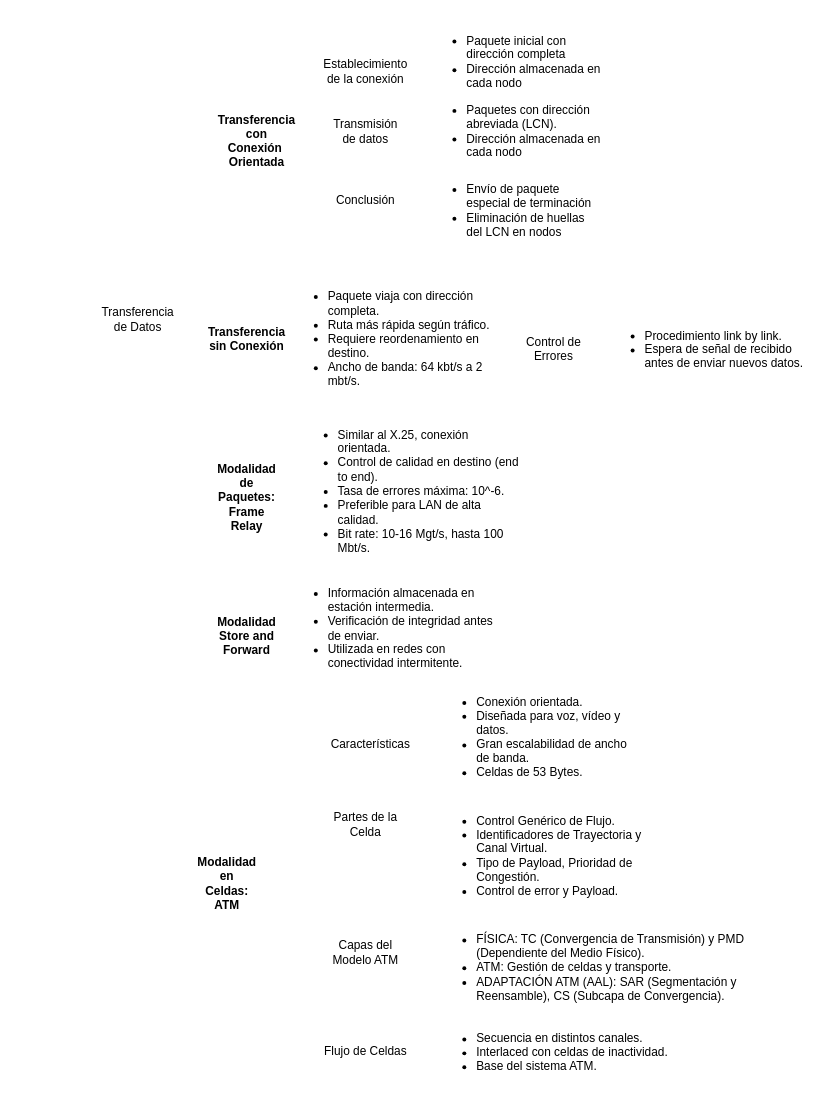
misiomishi/itcj keeps this draw.io diagram as Diagrama sin título.drawio. Above is the earlier version. Source tidied: cells renumbered, new cells numbered last; positions are measured from the earlier drawing's top-left corner, leaving out a move shared by most shapes. Both pictures are drawn from the tidied source at 99%, with x=0, y=0 at pixel (108, 17).
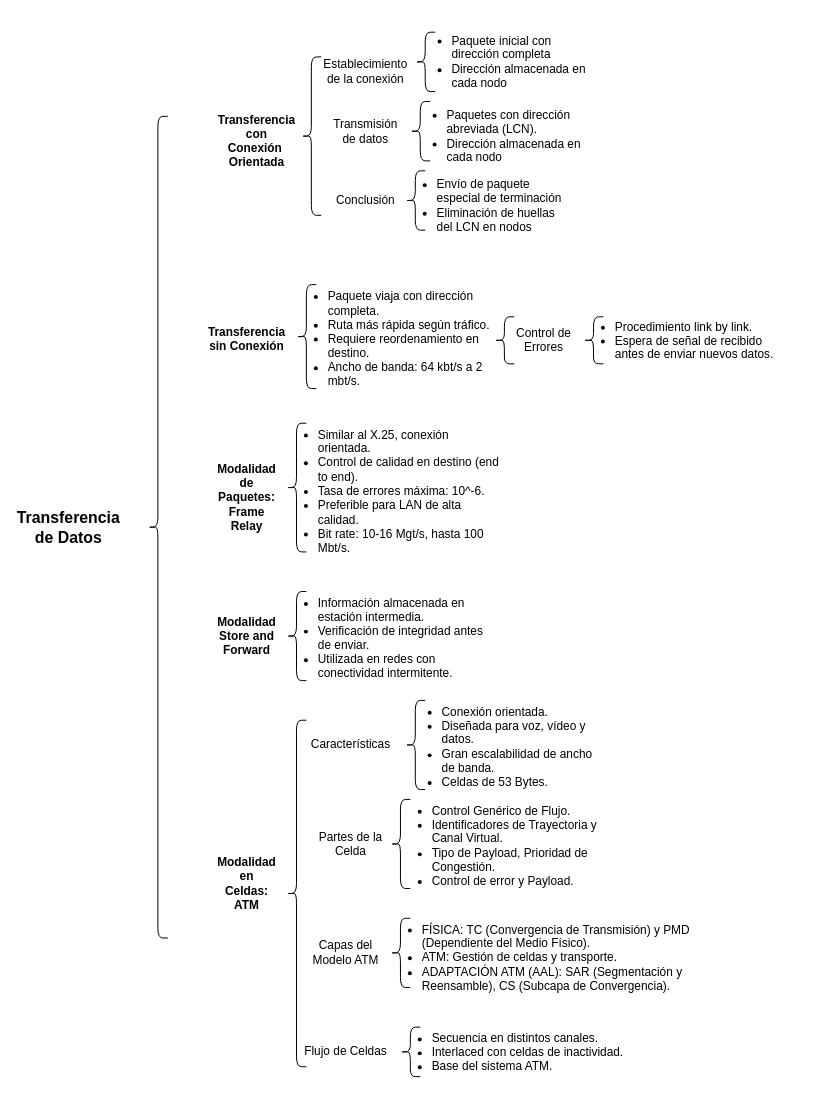
The same diagram, later.

What changed in the source:
```diff
@@
-    <mxCell id="2" value="Transferencia de Datos" style="text;html=1;strokeColor=none;fillColor=none;align=center;verticalAlign=middle;whiteSpace=wrap;rounded=0;" parent="1" vertex="1">
-      <mxGeometry y="290" width="60" height="30" as="geometry" />
+    <mxCell id="2" value="Transferencia de Datos" style="text;html=1;strokeColor=none;fillColor=none;align=center;verticalAlign=middle;whiteSpace=wrap;rounded=0;fontStyle=1;fontSize=16;" parent="1" vertex="1">
+      <mxGeometry x="-70" y="500" width="60" height="30" as="geometry" />
     </mxCell>
@@
     <mxCell id="7" value="Modalidad en Celdas: ATM" style="text;html=1;strokeColor=none;fillColor=none;align=center;verticalAlign=middle;whiteSpace=wrap;rounded=0;fontStyle=1;" parent="1" vertex="1">
-      <mxGeometry x="90" y="860" width="60" height="30" as="geometry" />
+      <mxGeometry x="110" y="860" width="60" height="30" as="geometry" />
     </mxCell>
     <mxCell id="8" value="&lt;ul&gt;&lt;li&gt;Paquete inicial con dirección completa&lt;/li&gt;&lt;li&gt;Dirección almacenada en cada nodo&lt;/li&gt;&lt;/ul&gt;" style="text;strokeColor=none;fillColor=none;html=1;whiteSpace=wrap;verticalAlign=middle;overflow=hidden;" parent="1" vertex="1">
-      <mxGeometry x="320" width="180" height="90" as="geometry" />
+      <mxGeometry x="305" width="180" height="90" as="geometry" />
     </mxCell>
@@
     <mxCell id="11" value="&lt;ul&gt;&lt;li&gt;Paquetes con dirección abreviada (LCN).&lt;br&gt;&lt;/li&gt;&lt;li&gt;Dirección almacenada en cada nodo&lt;/li&gt;&lt;/ul&gt;" style="text;strokeColor=none;fillColor=none;html=1;whiteSpace=wrap;verticalAlign=middle;overflow=hidden;" parent="1" vertex="1">
-      <mxGeometry x="320" y="70" width="180" height="90" as="geometry" />
+      <mxGeometry x="300" y="75" width="180" height="90" as="geometry" />
     </mxCell>
@@
     <mxCell id="13" value="&lt;ul&gt;&lt;li&gt;Envío de paquete especial de terminación&lt;br&gt;&lt;/li&gt;&lt;li&gt;Eliminación de huellas del LCN en nodos&lt;/li&gt;&lt;/ul&gt;" style="text;strokeColor=none;fillColor=none;html=1;whiteSpace=wrap;verticalAlign=middle;overflow=hidden;" parent="1" vertex="1">
-      <mxGeometry x="320" y="150" width="180" height="90" as="geometry" />
+      <mxGeometry x="290" y="145" width="180" height="90" as="geometry" />
     </mxCell>
@@
     <mxCell id="15" value="Control de Errores" style="text;html=1;strokeColor=none;fillColor=none;align=center;verticalAlign=middle;whiteSpace=wrap;rounded=0;" parent="1" vertex="1">
-      <mxGeometry x="420" y="320" width="60" height="30" as="geometry" />
+      <mxGeometry x="410" y="311.2" width="60" height="30" as="geometry" />
     </mxCell>
     <mxCell id="16" value="&lt;ul&gt;&lt;li&gt;&lt;span style=&quot;background-color: initial;&quot;&gt;Procedimiento link by link.&lt;/span&gt;&lt;/li&gt;&lt;li&gt;&lt;span style=&quot;background-color: initial;&quot;&gt;Espera de señal de recibido antes de enviar nuevos datos.&lt;/span&gt;&lt;/li&gt;&lt;/ul&gt;" style="text;strokeColor=none;fillColor=none;html=1;whiteSpace=wrap;verticalAlign=middle;overflow=hidden;" parent="1" vertex="1">
-      <mxGeometry x="500" y="300" width="220" height="70" as="geometry" />
+      <mxGeometry x="470" y="291.2" width="220" height="70" as="geometry" />
     </mxCell>
     <mxCell id="17" value="&lt;ul&gt;&lt;li&gt;&lt;span style=&quot;background-color: initial;&quot;&gt;Similar al X.25, conexión orientada.&lt;/span&gt;&lt;/li&gt;&lt;li&gt;&lt;span style=&quot;background-color: initial;&quot;&gt;Control de calidad en destino (end to end).&lt;/span&gt;&lt;/li&gt;&lt;li&gt;&lt;span style=&quot;background-color: initial;&quot;&gt;Tasa de errores máxima: 10^-6.&lt;/span&gt;&lt;/li&gt;&lt;li&gt;&lt;span style=&quot;background-color: initial;&quot;&gt;Preferible para LAN de alta calidad.&lt;/span&gt;&lt;/li&gt;&lt;li&gt;&lt;span style=&quot;background-color: initial;&quot;&gt;Bit rate: 10-16 Mgt/s, hasta 100 Mbt/s.&lt;/span&gt;&lt;/li&gt;&lt;/ul&gt;" style="text;strokeColor=none;fillColor=none;html=1;whiteSpace=wrap;verticalAlign=middle;overflow=hidden;" parent="1" vertex="1">
-      <mxGeometry x="190" y="400" width="230" height="150" as="geometry" />
+      <mxGeometry x="170" y="400" width="230" height="150" as="geometry" />
     </mxCell>
     <mxCell id="18" value="&lt;ul&gt;&lt;li&gt;&lt;span style=&quot;background-color: initial;&quot;&gt;Información almacenada en estación intermedia.&lt;/span&gt;&lt;/li&gt;&lt;li&gt;&lt;span style=&quot;background-color: initial;&quot;&gt;Verificación de integridad antes de enviar.&lt;/span&gt;&lt;/li&gt;&lt;li&gt;&lt;span style=&quot;background-color: initial;&quot;&gt;Utilizada en redes con conectividad intermitente.&lt;/span&gt;&lt;/li&gt;&lt;/ul&gt;" style="text;strokeColor=none;fillColor=none;html=1;whiteSpace=wrap;verticalAlign=middle;overflow=hidden;" parent="1" vertex="1">
-      <mxGeometry x="180" y="560" width="210" height="110" as="geometry" />
+      <mxGeometry x="170" y="570" width="210" height="110" as="geometry" />
     </mxCell>
     <mxCell id="19" value="Características" style="text;html=1;strokeColor=none;fillColor=none;align=center;verticalAlign=middle;whiteSpace=wrap;rounded=0;" parent="1" vertex="1">
-      <mxGeometry x="220" y="720" width="90" height="30" as="geometry" />
+      <mxGeometry x="200" y="720" width="90" height="30" as="geometry" />
     </mxCell>
     <mxCell id="20" value="Partes de la Celda" style="text;html=1;strokeColor=none;fillColor=none;align=center;verticalAlign=middle;whiteSpace=wrap;rounded=0;" parent="1" vertex="1">
-      <mxGeometry x="215" y="800" width="90" height="30" as="geometry" />
+      <mxGeometry x="200" y="820" width="90" height="30" as="geometry" />
     </mxCell>
     <mxCell id="21" value="Capas del Modelo ATM" style="text;html=1;strokeColor=none;fillColor=none;align=center;verticalAlign=middle;whiteSpace=wrap;rounded=0;" parent="1" vertex="1">
-      <mxGeometry x="215" y="930" width="90" height="30" as="geometry" />
+      <mxGeometry x="195" y="930" width="90" height="30" as="geometry" />
     </mxCell>
     <mxCell id="22" value="Flujo de Celdas" style="text;html=1;strokeColor=none;fillColor=none;align=center;verticalAlign=middle;whiteSpace=wrap;rounded=0;" parent="1" vertex="1">
-      <mxGeometry x="215" y="1030" width="90" height="30" as="geometry" />
+      <mxGeometry x="195" y="1030" width="90" height="30" as="geometry" />
     </mxCell>
     <mxCell id="23" value="&lt;ul&gt;&lt;li&gt;&lt;span style=&quot;background-color: initial;&quot;&gt;Conexión orientada.&lt;/span&gt;&lt;/li&gt;&lt;li&gt;&lt;span style=&quot;background-color: initial;&quot;&gt;Diseñada para voz, vídeo y datos.&lt;/span&gt;&lt;/li&gt;&lt;li&gt;&lt;span style=&quot;background-color: initial;&quot;&gt;Gran escalabilidad de ancho de banda.&lt;/span&gt;&lt;/li&gt;&lt;li&gt;&lt;span style=&quot;background-color: initial;&quot;&gt;Celdas de 53 Bytes.&lt;/span&gt;&lt;/li&gt;&lt;/ul&gt;" style="text;strokeColor=none;fillColor=none;html=1;whiteSpace=wrap;verticalAlign=middle;overflow=hidden;" parent="1" vertex="1">
-      <mxGeometry x="330" y="670" width="210" height="110" as="geometry" />
+      <mxGeometry x="295" y="680" width="210" height="110" as="geometry" />
     </mxCell>
     <mxCell id="24" value="&lt;ul&gt;&lt;li&gt;&lt;span style=&quot;background-color: initial;&quot;&gt;Control Genérico de Flujo.&lt;/span&gt;&lt;/li&gt;&lt;li&gt;&lt;span style=&quot;background-color: initial;&quot;&gt;Identificadores de Trayectoria y Canal Virtual.&lt;/span&gt;&lt;/li&gt;&lt;li&gt;&lt;span style=&quot;background-color: initial;&quot;&gt;Tipo de Payload, Prioridad de Congestión.&lt;/span&gt;&lt;/li&gt;&lt;li&gt;&lt;span style=&quot;background-color: initial;&quot;&gt;Control de error y Payload.&lt;/span&gt;&lt;/li&gt;&lt;/ul&gt;" style="text;strokeColor=none;fillColor=none;html=1;whiteSpace=wrap;verticalAlign=middle;overflow=hidden;" parent="1" vertex="1">
-      <mxGeometry x="330" y="790" width="210" height="110" as="geometry" />
+      <mxGeometry x="285" y="780" width="210" height="110" as="geometry" />
     </mxCell>
     <mxCell id="25" value="&lt;ul&gt;&lt;li&gt;&lt;span style=&quot;background-color: initial;&quot;&gt;FÍSICA: TC (Convergencia de Transmisión) y PMD (Dependiente del Medio Físico).&lt;/span&gt;&lt;/li&gt;&lt;li&gt;&lt;span style=&quot;background-color: initial;&quot;&gt;ATM: Gestión de celdas y transporte.&lt;/span&gt;&lt;/li&gt;&lt;li&gt;&lt;span style=&quot;background-color: initial;&quot;&gt;ADAPTACIÓN ATM (AAL): SAR (Segmentación y Reensamble), CS (Subcapa de Convergencia).&lt;/span&gt;&lt;/li&gt;&lt;/ul&gt;" style="text;strokeColor=none;fillColor=none;html=1;whiteSpace=wrap;verticalAlign=middle;overflow=hidden;" parent="1" vertex="1">
-      <mxGeometry x="330" y="910" width="330" height="100" as="geometry" />
+      <mxGeometry x="275" y="900" width="330" height="100" as="geometry" />
     </mxCell>
     <mxCell id="26" value="&lt;ul&gt;&lt;li&gt;&lt;span style=&quot;background-color: initial;&quot;&gt;Secuencia en distintos canales.&lt;/span&gt;&lt;/li&gt;&lt;li&gt;&lt;span style=&quot;background-color: initial;&quot;&gt;Interlaced con celdas de inactividad.&lt;/span&gt;&lt;/li&gt;&lt;li&gt;&lt;span style=&quot;background-color: initial;&quot;&gt;Base del sistema ATM.&lt;/span&gt;&lt;/li&gt;&lt;/ul&gt;" style="text;strokeColor=none;fillColor=none;html=1;whiteSpace=wrap;verticalAlign=middle;overflow=hidden;" parent="1" vertex="1">
-      <mxGeometry x="330" y="1010" width="240" height="70" as="geometry" />
+      <mxGeometry x="285" y="1010" width="240" height="70" as="geometry" />
     </mxCell>
+    <mxCell id="27" style="shape=curlyBracket;whiteSpace=wrap;html=1;rounded=1;labelPosition=left;verticalLabelPosition=middle;align=right;verticalAlign=middle;" parent="1" vertex="1">
+      <mxGeometry x="40" y="100" width="20" height="830" as="geometry" />
+    </mxCell>
+    <mxCell id="28" style="shape=curlyBracket;whiteSpace=wrap;html=1;rounded=1;labelPosition=left;verticalLabelPosition=middle;align=right;verticalAlign=middle;" parent="1" vertex="1">
+      <mxGeometry x="195" y="40" width="20" height="160" as="geometry" />
+    </mxCell>
+    <mxCell id="29" style="shape=curlyBracket;whiteSpace=wrap;html=1;rounded=1;labelPosition=left;verticalLabelPosition=middle;align=right;verticalAlign=middle;" parent="1" vertex="1">
+      <mxGeometry x="190" y="270" width="20" height="105" as="geometry" />
+    </mxCell>
+    <mxCell id="30" style="shape=curlyBracket;whiteSpace=wrap;html=1;rounded=1;labelPosition=left;verticalLabelPosition=middle;align=right;verticalAlign=middle;" parent="1" vertex="1">
+      <mxGeometry x="310" y="15" width="20" height="60" as="geometry" />
+    </mxCell>
+    <mxCell id="31" style="shape=curlyBracket;whiteSpace=wrap;html=1;rounded=1;labelPosition=left;verticalLabelPosition=middle;align=right;verticalAlign=middle;" parent="1" vertex="1">
+      <mxGeometry x="305" y="85" width="20" height="60" as="geometry" />
+    </mxCell>
+    <mxCell id="32" style="shape=curlyBracket;whiteSpace=wrap;html=1;rounded=1;labelPosition=left;verticalLabelPosition=middle;align=right;verticalAlign=middle;" parent="1" vertex="1">
+      <mxGeometry x="300" y="155" width="20" height="60" as="geometry" />
+    </mxCell>
+    <mxCell id="33" style="shape=curlyBracket;whiteSpace=wrap;html=1;rounded=1;labelPosition=left;verticalLabelPosition=middle;align=right;verticalAlign=middle;" parent="1" vertex="1">
+      <mxGeometry x="390" y="302.5" width="20" height="47.5" as="geometry" />
+    </mxCell>
+    <mxCell id="34" style="shape=curlyBracket;whiteSpace=wrap;html=1;rounded=1;labelPosition=left;verticalLabelPosition=middle;align=right;verticalAlign=middle;" parent="1" vertex="1">
+      <mxGeometry x="480" y="302.5" width="20" height="47.5" as="geometry" />
+    </mxCell>
+    <mxCell id="35" style="shape=curlyBracket;whiteSpace=wrap;html=1;rounded=1;labelPosition=left;verticalLabelPosition=middle;align=right;verticalAlign=middle;" parent="1" vertex="1">
+      <mxGeometry x="180" y="410" width="20" height="130" as="geometry" />
+    </mxCell>
+    <mxCell id="36" style="shape=curlyBracket;whiteSpace=wrap;html=1;rounded=1;labelPosition=left;verticalLabelPosition=middle;align=right;verticalAlign=middle;" parent="1" vertex="1">
+      <mxGeometry x="180" y="580" width="20" height="90" as="geometry" />
+    </mxCell>
+    <mxCell id="37" style="shape=curlyBracket;whiteSpace=wrap;html=1;rounded=1;labelPosition=left;verticalLabelPosition=middle;align=right;verticalAlign=middle;" parent="1" vertex="1">
+      <mxGeometry x="180" y="710" width="20" height="350" as="geometry" />
+    </mxCell>
+    <mxCell id="38" style="shape=curlyBracket;whiteSpace=wrap;html=1;rounded=1;labelPosition=left;verticalLabelPosition=middle;align=right;verticalAlign=middle;" parent="1" vertex="1">
+      <mxGeometry x="300" y="690" width="20" height="90" as="geometry" />
+    </mxCell>
+    <mxCell id="39" style="shape=curlyBracket;whiteSpace=wrap;html=1;rounded=1;labelPosition=left;verticalLabelPosition=middle;align=right;verticalAlign=middle;" parent="1" vertex="1">
+      <mxGeometry x="285" y="790" width="20" height="90" as="geometry" />
+    </mxCell>
+    <mxCell id="40" style="shape=curlyBracket;whiteSpace=wrap;html=1;rounded=1;labelPosition=left;verticalLabelPosition=middle;align=right;verticalAlign=middle;" parent="1" vertex="1">
+      <mxGeometry x="285" y="910" width="20" height="70" as="geometry" />
+    </mxCell>
+    <mxCell id="41" style="shape=curlyBracket;whiteSpace=wrap;html=1;rounded=1;labelPosition=left;verticalLabelPosition=middle;align=right;verticalAlign=middle;" parent="1" vertex="1">
+      <mxGeometry x="295" y="1020" width="20" height="50" as="geometry" />
+    </mxCell>
```
